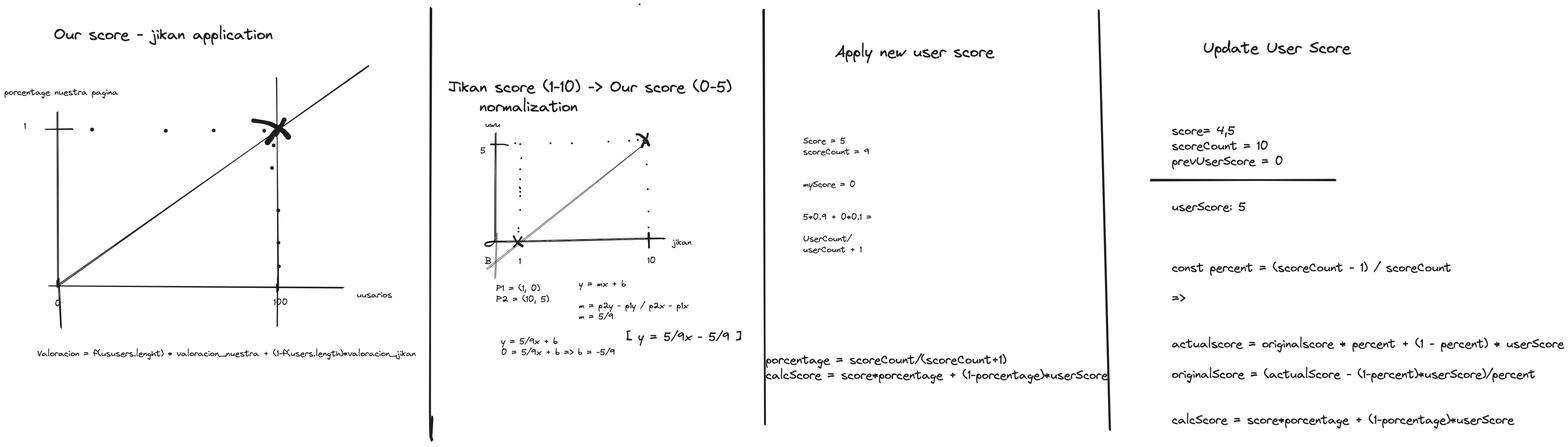
Above: doc/linear.excalidraw.png in ElenaMoralesGil/PS_GRUPO11_uwuTracker (Excalidraw), before the change. Source tidied: one line per element, renumbered; positions are measured from the earlier drawing's top-left corner, leaving out a move shared by most shapes.
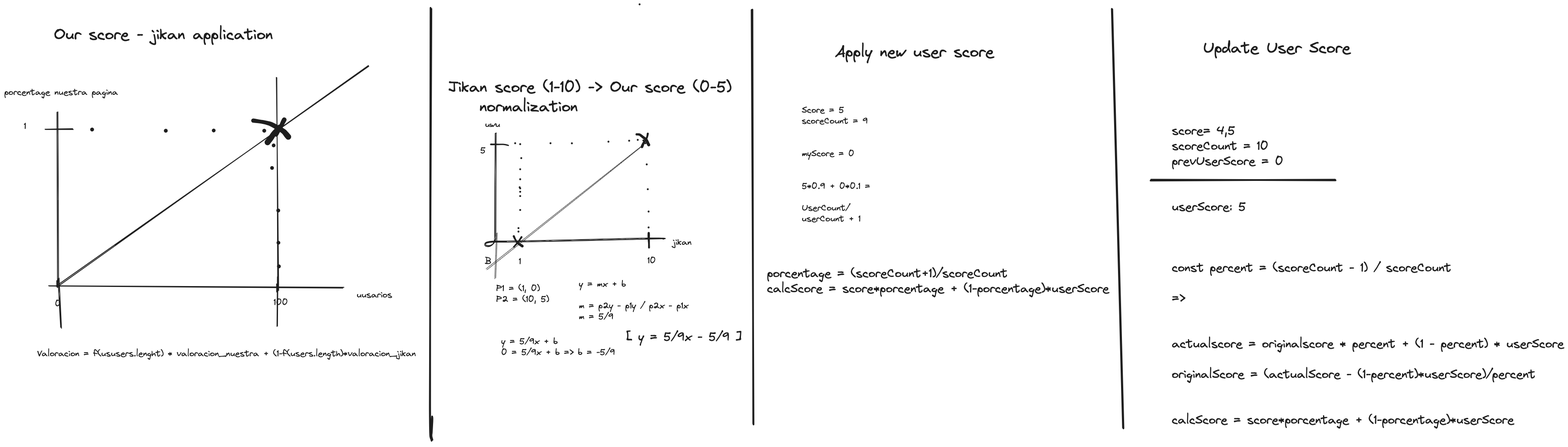
After the commit.

Commit message:
working adjusting documentation

Change to the diagram source:
```diff
@@ -71,11 +71,11 @@
 {"id": 70, "type": "text", "text": "Jikan score (1-10) -> Our score (0-5)\n    normalization", "strokeColor": "#1e1e1e", "strokeWidth": 1, "roughness": 1, "fontSize": 36, "fontFamily": 1, "x": 1022, "y": 169, "width": 652, "height": 90}
 {"id": 71, "type": "freedraw", "strokeColor": "#1e1e1e", "strokeWidth": 1, "roughness": 1, "x": 1463, "y": 0, "width": 0, "height": 0, "points": [[0, 0], [0, 0]]}
 {"id": 72, "type": "line", "strokeColor": "#1e1e1e", "strokeWidth": 4, "roughness": 1, "round": true, "x": 982, "y": 8, "width": 5, "height": 994, "points": [[0, 0], [-2, 914], [3, 941], [2, 974], [1, 984], [3, 994]]}
-{"id": 73, "type": "line", "strokeColor": "#1e1e1e", "strokeWidth": 4, "roughness": 1, "round": true, "x": 1748, "y": 12, "width": 2, "height": 954, "points": [[0, 0], [2, 954]]}
+{"id": 73, "type": "line", "strokeColor": "#1e1e1e", "strokeWidth": 4, "roughness": 1, "round": true, "x": 1722, "y": 12, "width": 2, "height": 954, "points": [[0, 0], [2, 954]]}
 {"id": 74, "type": "text", "text": "Apply new user score", "strokeColor": "#1e1e1e", "strokeWidth": 4, "roughness": 1, "fontSize": 36, "fontFamily": 1, "x": 1913, "y": 88, "width": 366, "height": 45}
 {"id": 75, "type": "text", "text": "Update User Score", "strokeColor": "#1e1e1e", "strokeWidth": 4, "roughness": 1, "fontSize": 36, "fontFamily": 1, "x": 2760, "y": 79, "width": 339, "height": 45}
-{"id": 76, "type": "line", "strokeColor": "#1e1e1e", "strokeWidth": 4, "roughness": 1, "round": true, "x": 2519, "y": 15, "width": 27, "height": 963, "points": [[0, 0], [27, 963]]}
+{"id": 76, "type": "line", "strokeColor": "#1e1e1e", "strokeWidth": 4, "roughness": 1, "round": true, "x": 2550, "y": 11, "width": 27, "height": 963, "points": [[0, 0], [27, 963]]}
-{"id": 77, "type": "text", "text": "Score = 5\nscoreCount = 9\n\n\nmyScore = 0\n\n\n5*0.9 + 0*0.1 = \n\nUserCount/\nuserCount + 1\n\n", "strokeColor": "#1e1e1e", "strokeWidth": 4, "roughness": 1, "fontSize": 20, "fontFamily": 1, "x": 1839, "y": 302, "width": 168, "height": 325}
+{"id": 77, "type": "text", "text": "Score = 5\nscoreCount = 9\n\n\nmyScore = 0\n\n\n5*0.9 + 0*0.1 = \n\nUserCount/\nuserCount + 1\n\n", "strokeColor": "#1e1e1e", "strokeWidth": 4, "roughness": 1, "fontSize": 20, "fontFamily": 1, "x": 1836, "y": 231, "width": 168, "height": 325}
-{"id": 78, "type": "text", "text": "porcentage = scoreCount/(scoreCount+1)\ncalcScore = score*porcentage + (1-porcentage)*userScore", "strokeColor": "#1e1e1e", "strokeWidth": 4, "roughness": 1, "fontSize": 28, "fontFamily": 1, "x": 1753, "y": 801, "width": 788, "height": 70}
+{"id": 78, "type": "text", "text": "porcentage = (scoreCount+1)/scoreCount\ncalcScore = score*porcentage + (1-porcentage)*userScore", "strokeColor": "#1e1e1e", "strokeWidth": 4, "roughness": 1, "fontSize": 28, "fontFamily": 1, "x": 1756, "y": 602, "width": 788, "height": 70}
 {"id": 79, "type": "text", "text": "score= 4,5\nscoreCount = 10\nprevUserScore = 0\n\n\nuserScore: 5\n\n\n\nconst percent = (scoreCount - 1) / scoreCount\n\n=> \n\n\nactualscore = originalscore * percent + (1 - percent) * userScore\n\noriginalScore = (actualScore - (1-percent)*userScore)/percent\n\n\ncalcScore = score*porcentage + (1-porcentage)*userScore\n", "strokeColor": "#1e1e1e", "strokeWidth": 4, "roughness": 1, "fontSize": 28, "fontFamily": 1, "x": 2688, "y": 274, "width": 903, "height": 735}
 {"id": 80, "type": "line", "strokeColor": "#1e1e1e", "strokeWidth": 4, "roughness": 1, "round": true, "x": 2640, "y": 404, "width": 425, "height": 0, "points": [[0, 0], [425, 0]]}
```
